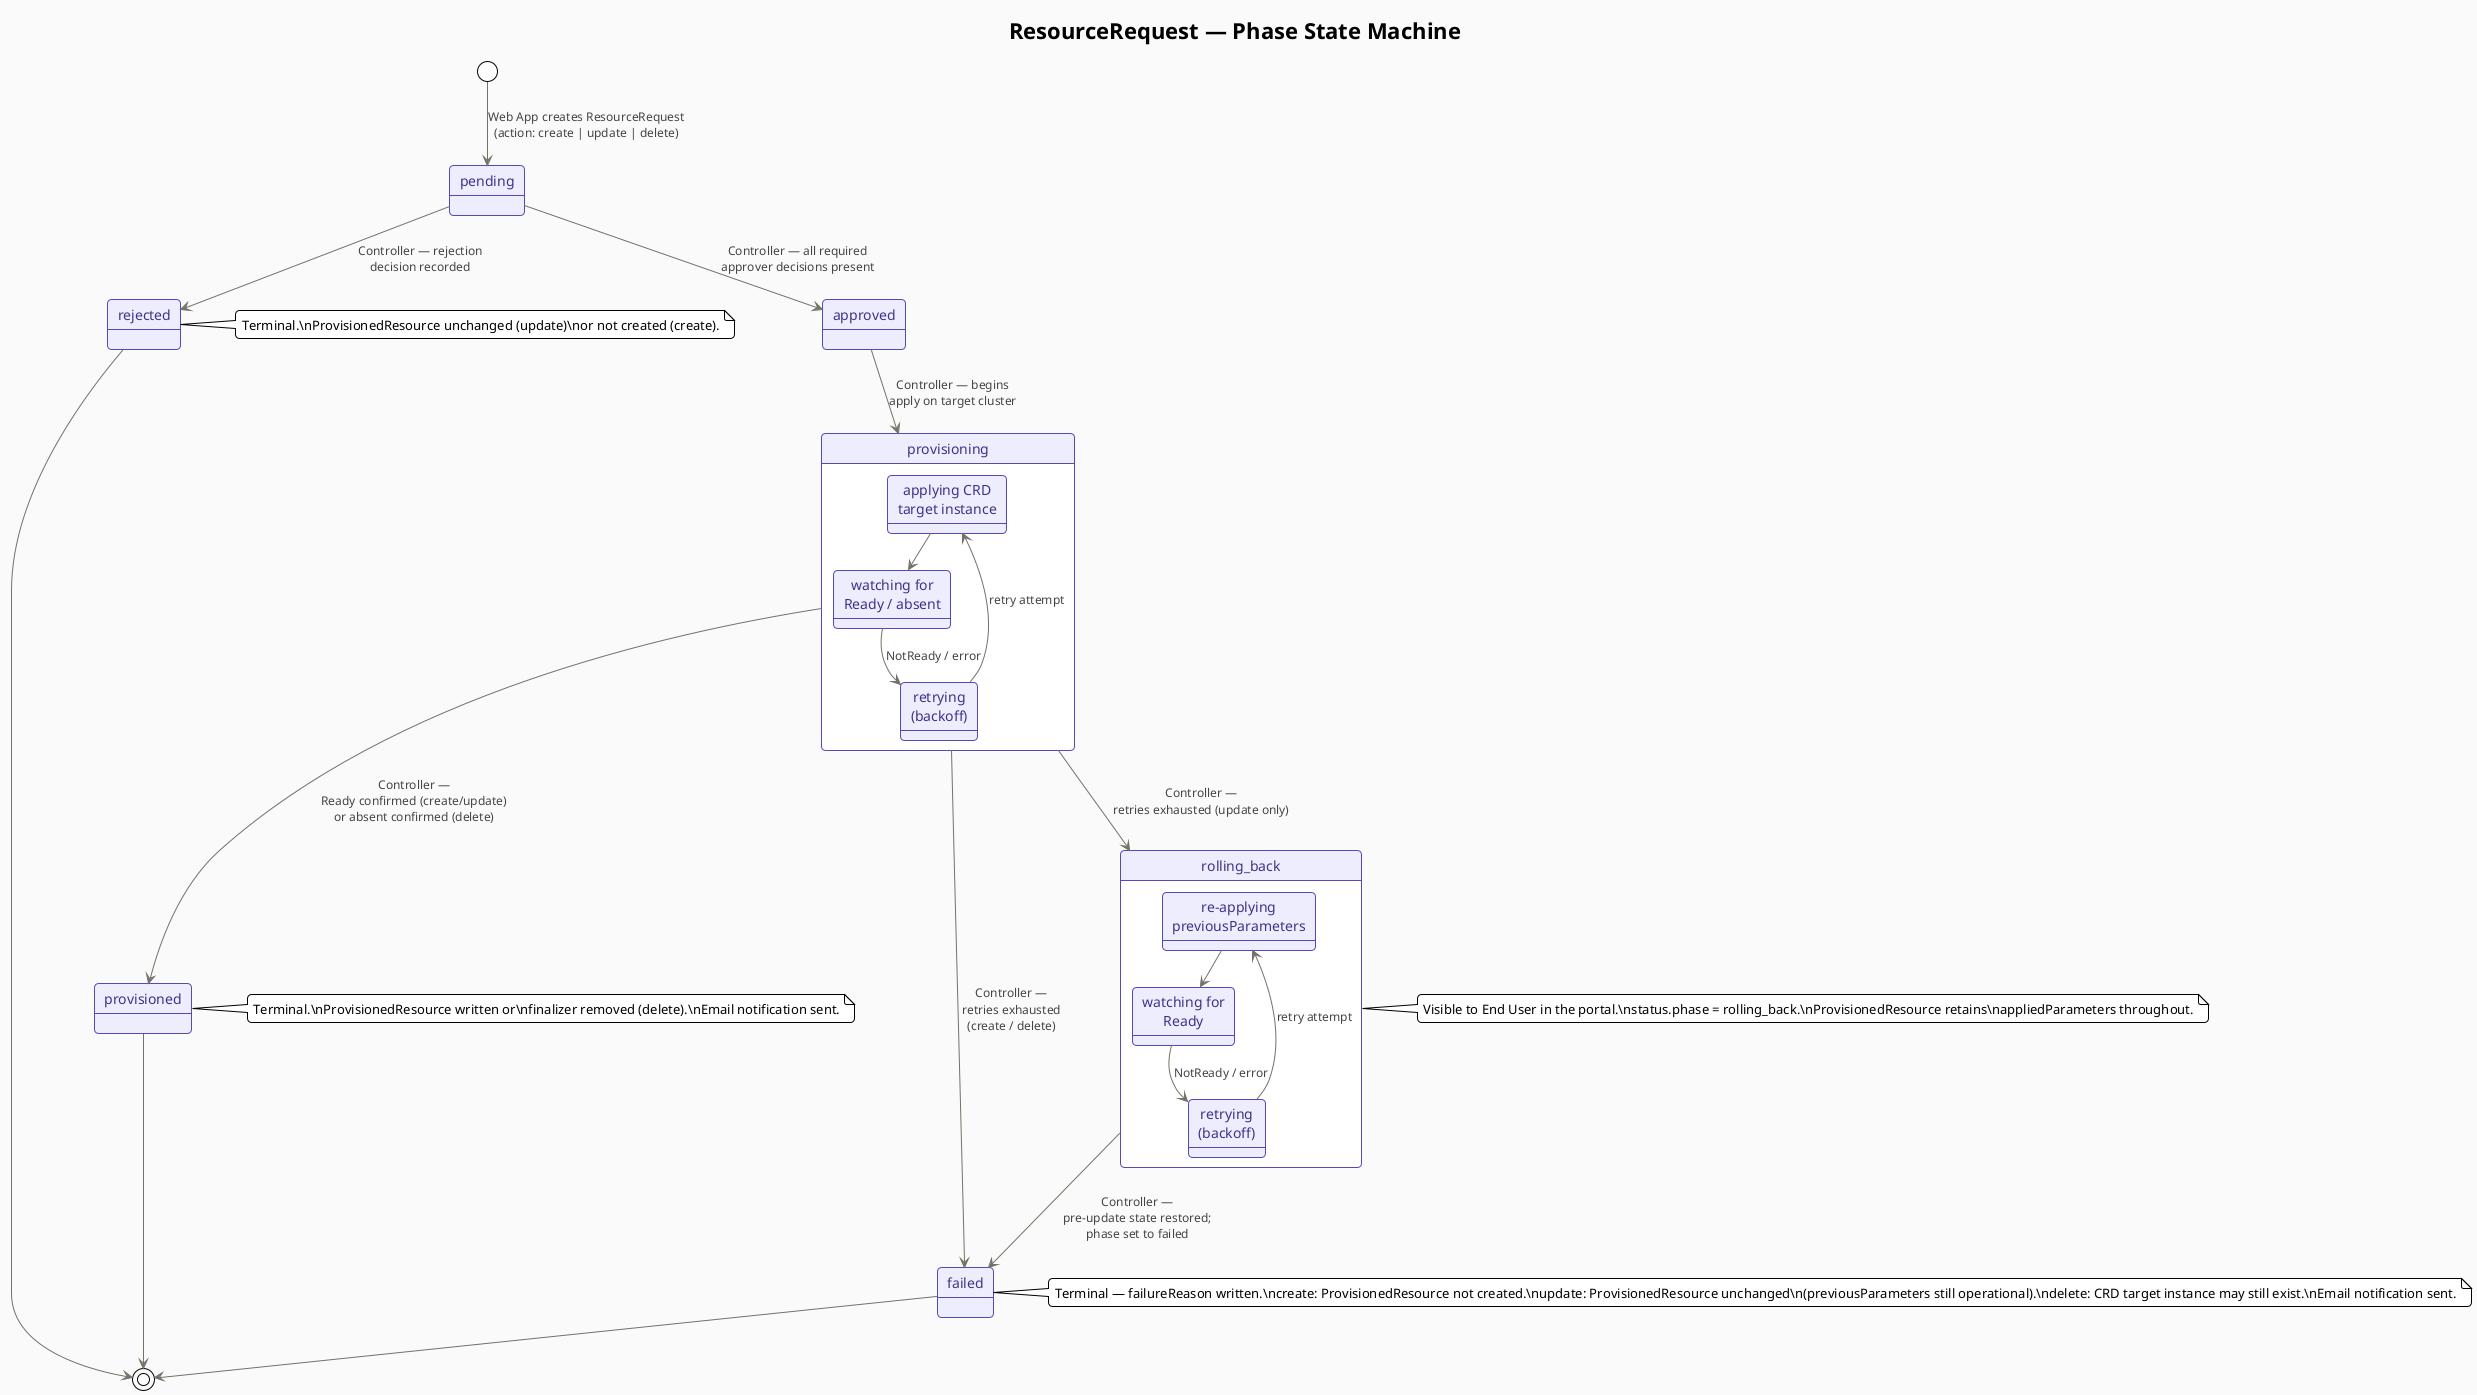
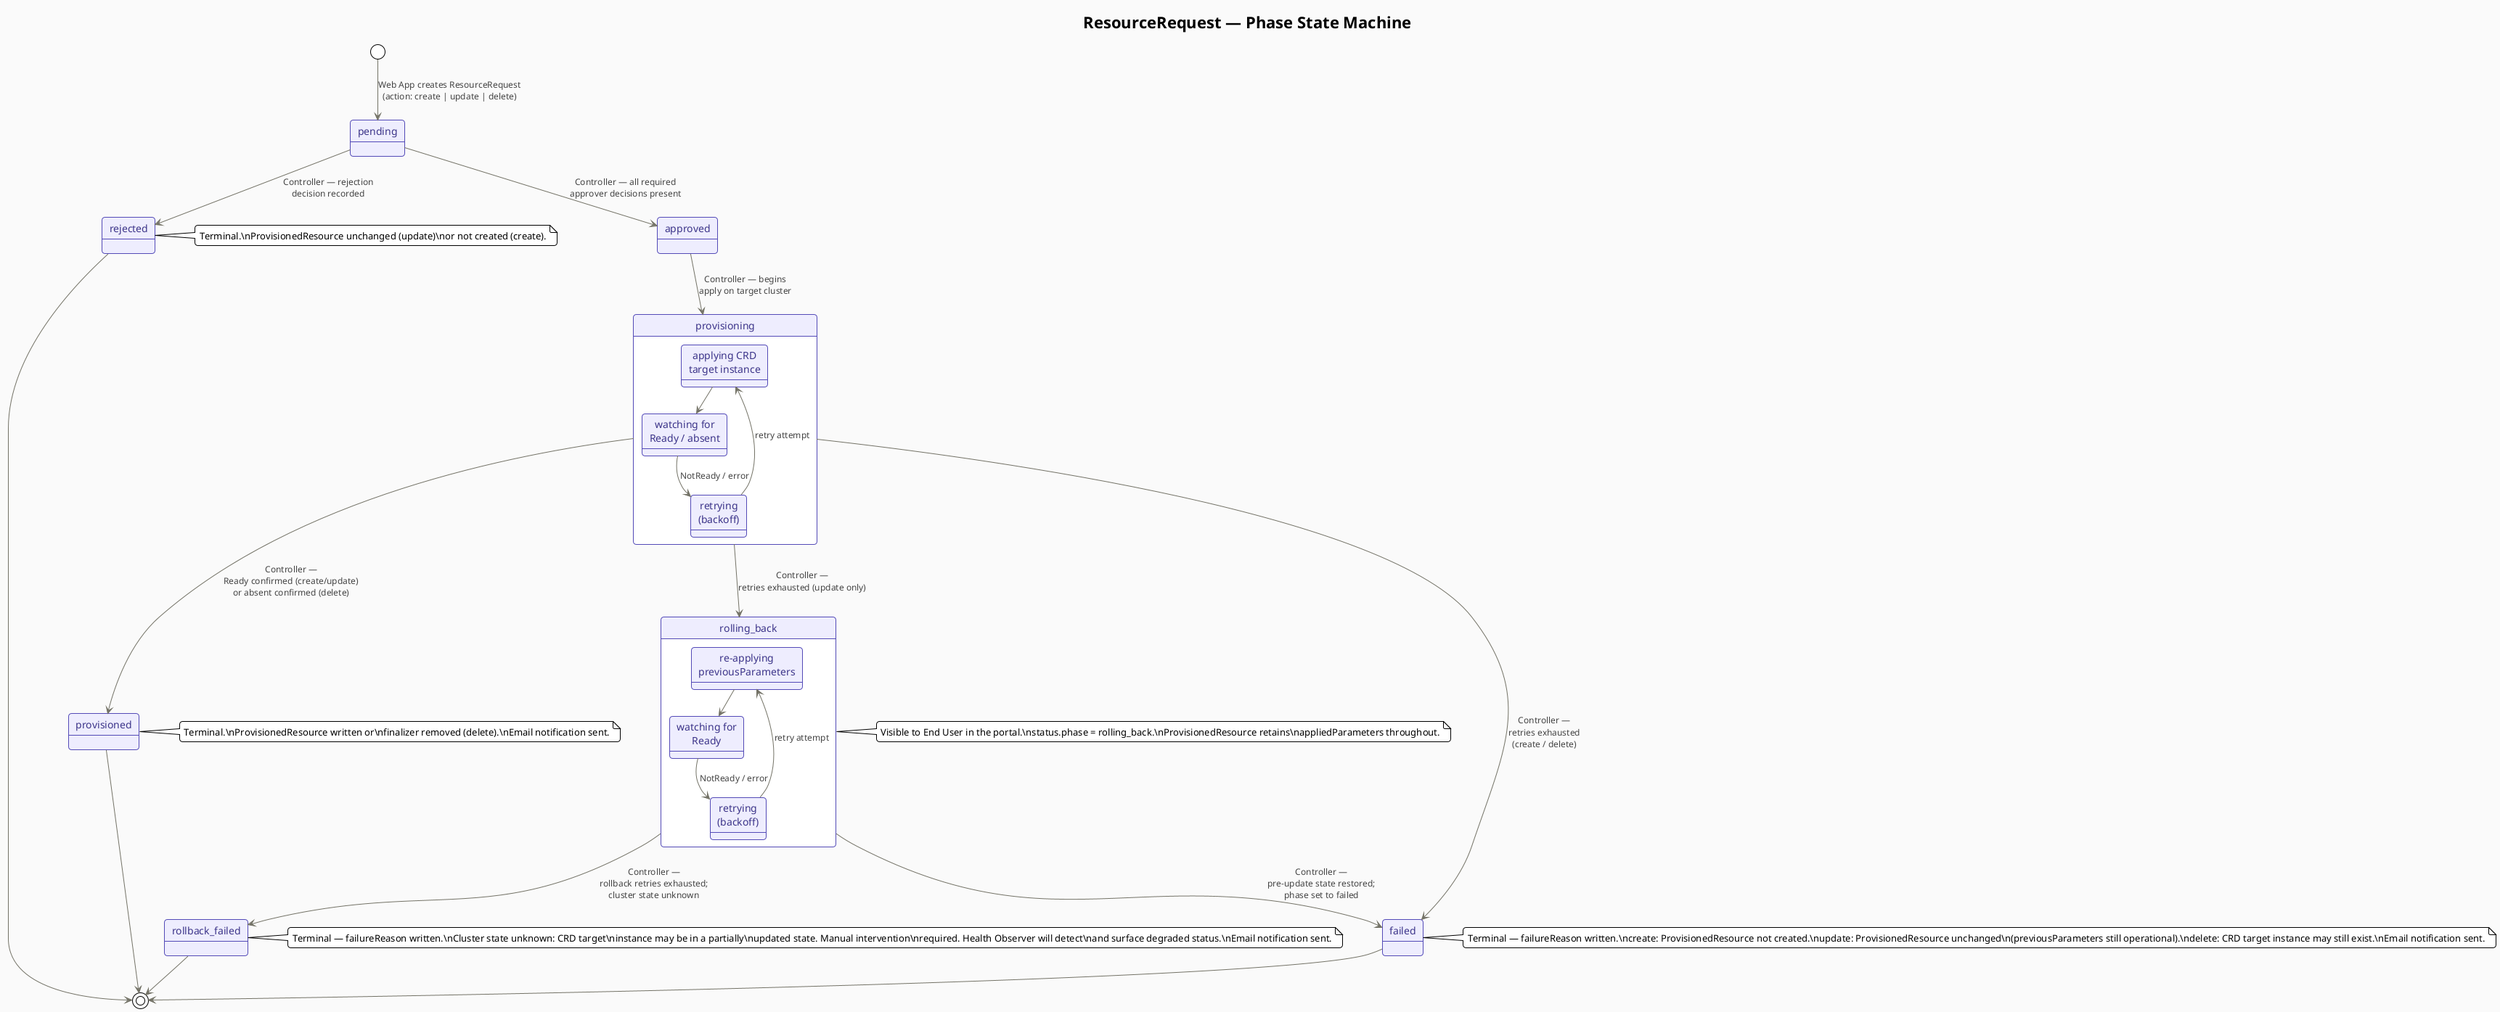
@startuml state_resource_request
!theme plain
skinparam backgroundColor #FAFAFA
skinparam state {
    BackgroundColor #EEEDFE
    BorderColor #534AB7
    FontColor #3C3489
    ArrowColor #737266
    ArrowFontColor #444444
    ArrowFontSize 12
    StartColor #085041
    EndColor #085041
}
skinparam roundcorner 8
skinparam nodesep 55
skinparam ranksep 50

title ResourceRequest — Phase State Machine

[*] --> pending : Web App creates ResourceRequest\n(action: create | update | delete)

pending --> approved  : Controller — all required\napprover decisions present
pending --> rejected  : Controller — rejection\ndecision recorded

approved --> provisioning : Controller — begins\napply on target cluster

state provisioning {
    state "applying CRD\ntarget instance" as applying
    state "watching for\nReady / absent" as watching
    state "retrying\n(backoff)" as retrying
    applying --> watching
    watching --> retrying : NotReady / error
    retrying --> applying : retry attempt
}

provisioning --> provisioned : Controller —\nReady confirmed (create/update)\nor absent confirmed (delete)

provisioning --> rolling_back : Controller —\nretries exhausted (update only)

state rolling_back {
    state "re-applying\npreviousParameters" as reapply
    state "watching for\nReady" as rbwatch
    state "retrying\n(backoff)" as rbretry
    reapply --> rbwatch
    rbwatch --> rbretry : NotReady / error
    rbretry --> reapply : retry attempt
}

note right of rolling_back
  Visible to End User in the portal.\nstatus.phase = rolling_back.\nProvisionedResource retains\nappliedParameters throughout.
end note

- rolling_back --> failed : Controller —\npre-update state restored;\nphase set to failed
+ rolling_back --> failed        : Controller —\npre-update state restored;\nphase set to failed
+ 
+ rolling_back --> rollback_failed : Controller —\nrollback retries exhausted;\ncluster state unknown

provisioning --> failed : Controller —\nretries exhausted\n(create / delete)

note right of rejected
  Terminal.\nProvisionedResource unchanged (update)\nor not created (create).
end note

note right of provisioned
  Terminal.\nProvisionedResource written or\nfinalizer removed (delete).\nEmail notification sent.
end note

note right of failed
  Terminal — failureReason written.\ncreate: ProvisionedResource not created.\nupdate: ProvisionedResource unchanged\n(previousParameters still operational).\ndelete: CRD target instance may still exist.\nEmail notification sent.
end note

- provisioned  --> [*]
- rejected     --> [*]
- failed       --> [*]
+ note right of rollback_failed
+   Terminal — failureReason written.\nCluster state unknown: CRD target\ninstance may be in a partially\nupdated state. Manual intervention\nrequired. Health Observer will detect\nand surface degraded status.\nEmail notification sent.
+ end note
+ 
+ provisioned      --> [*]
+ rejected         --> [*]
+ failed           --> [*]
+ rollback_failed  --> [*]

@enduml
